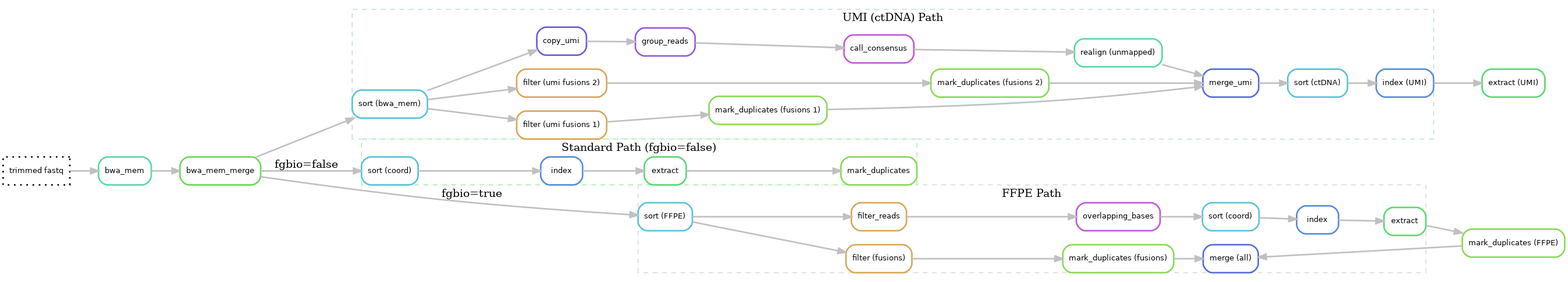
Before: docs/images/alignment.png, a diagram exported from Graphviz (genomic-medicine-sweden/Twist_Solid). Its source is kept beside it as docs/images/alignment.dot.
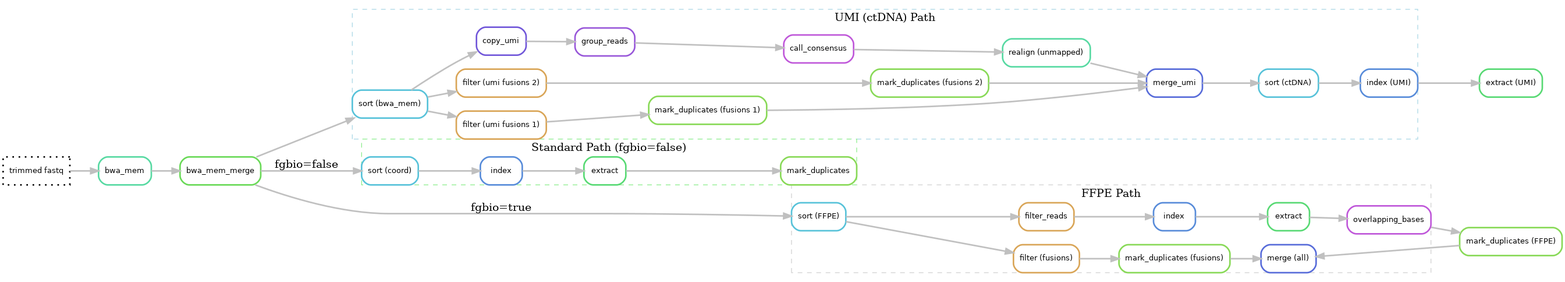
After the commit.

The edit, as a diff of the source:
```diff
@@ -20,21 +20,18 @@
         f1[label = "filter_reads", color = "0.1 0.6 0.85", style="rounded"];
         f1f[label = "filter (fusions)", color = "0.1 0.6 0.85", style="rounded"];
         s1[label = "sort (FFPE)", color = "0.53 0.6 0.85", style="rounded"];
-        o1[label = "overlapping_bases", color = "0.80 0.6 0.85", style="rounded"];
-        s1f[label = "sort (coord)", color = "0.53 0.6 0.85", style="rounded"];
         i1[label = "index", color = "0.60 0.6 0.85", style="rounded"];
         ex1[label = "extract", color = "0.37 0.6 0.85", style="rounded"];
+        o1[label = "overlapping_bases", color = "0.80 0.6 0.85", style="rounded"];
         d1[label = "mark_duplicates (FFPE)", color = "0.27 0.6 0.85", style="rounded"];
         d1f[label = "mark_duplicates (fusions)", color = "0.27 0.6 0.85", style="rounded"];
         m1[label = "merge (all)", color = "0.64 0.6 0.85", style="rounded"];
 
-        s1 -> f1
-        s1 -> f1f
-        f1 -> o1
-        o1 -> s1f
-        s1f -> i1
+        f1 -> s1
+        s1 -> i1
         i1 -> ex1
-        ex1 -> d1
+        ex1 -> o1
+        o1 -> d1
         f1f -> d1f
         d1 -> m1
         d1f -> m1
@@ -90,7 +87,8 @@
         ex_std -> d_std
     }
 
-    4 -> s1 [label="fgbio=true"]
+    4 -> f1 [label="fgbio=true"]
+    4 -> f1f [style="dotted"]
 
     4 -> s_std [label="fgbio=false"]
 
```
